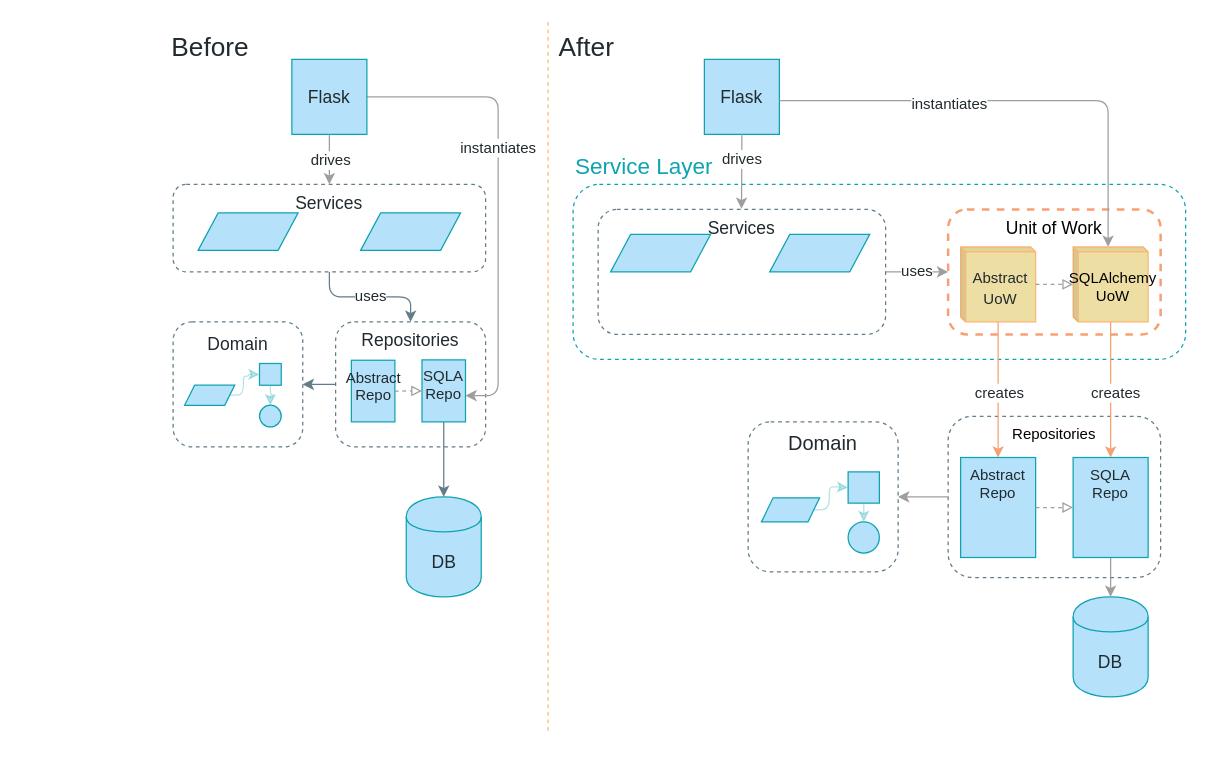
Above: page "Chapter 5" (4 of 10) of maps.drawio in cosmicpython/book (draw.io), before the change. Source tidied: cells renumbered, new cells numbered last; positions are measured from the earlier drawing's top-left corner, leaving out a move shared by most shapes. Both pictures are drawn from the tidied source at 125%, with x=0, y=0 at pixel (171, 21).
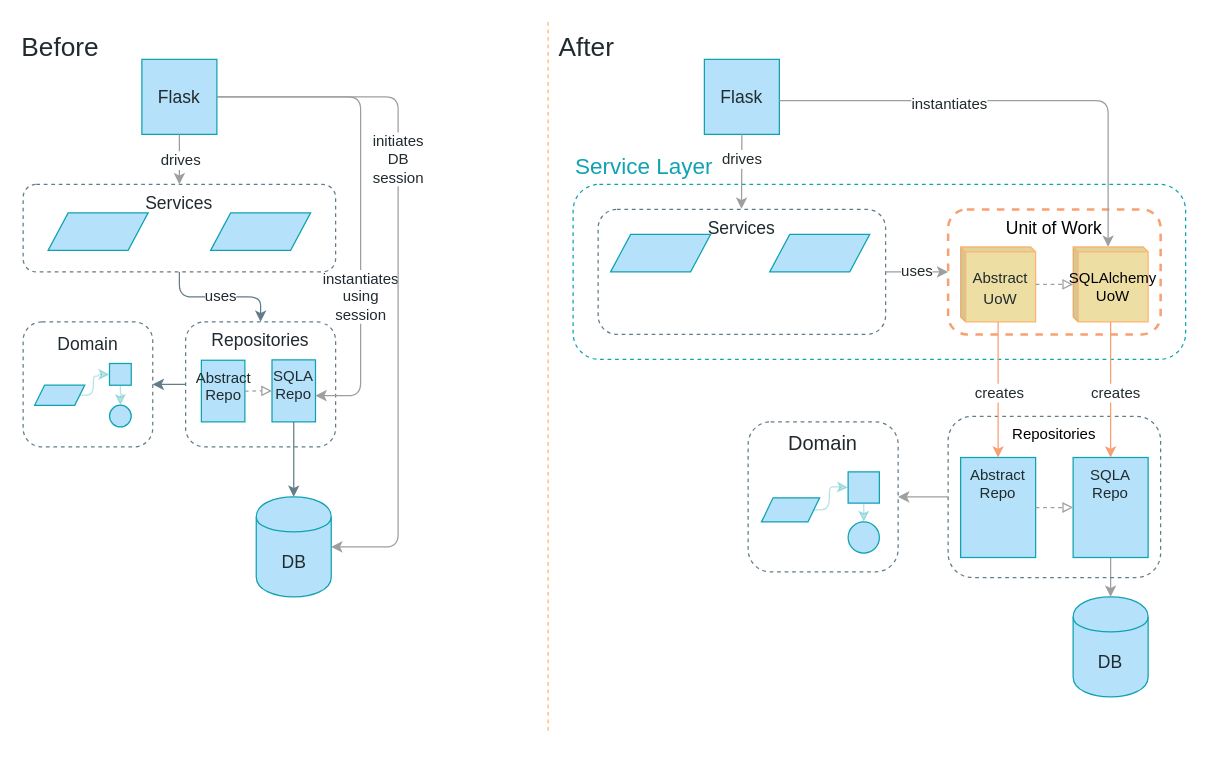
The same diagram, later.

The change refers to these unchanged cells:
```xml
<mxCell id="6" value="&lt;font style=&quot;font-size: 14px&quot; color=&quot;#212A2E&quot;&gt;Repositories&lt;/font&gt;" style="whiteSpace=wrap;html=1;strokeColor=#637C89;fillColor=none;gradientColor=none;fontFamily=Guardian Sans Cond Light;fontSize=12;fontColor=#000000;verticalAlign=top;rounded=1;dashed=1;" parent="5" vertex="1">
  <mxGeometry width="120" height="100" as="geometry" />
</mxCell>
<mxCell id="8" value="SQLA Repo" style="whiteSpace=wrap;html=1;strokeColor=#0FA3B1;fillColor=#B5E2FA;gradientColor=none;fontFamily=Guardian Sans Cond Light;fontSize=12;fontColor=#212A2E;verticalAlign=top;" parent="5" vertex="1">
  <mxGeometry x="69.1" y="30.4" width="34.8" height="49.6" as="geometry" />
</mxCell>
<mxCell id="18" value="&lt;font style=&quot;font-size: 14px&quot;&gt;Domain&lt;br&gt;&lt;/font&gt;" style="rounded=1;whiteSpace=wrap;html=1;fontFamily=Guardian Sans Cond Light;verticalAlign=top;fontSize=18;fontColor=#212A2E;fillColor=none;strokeColor=#637C89;dashed=1;" parent="17" vertex="1">
  <mxGeometry width="103.7" height="100" as="geometry" />
</mxCell>
```

The edit, as a diff of the source:
```diff
@@
     <mxCell id="2" value="DB" style="shape=cylinder;whiteSpace=wrap;html=1;boundedLbl=1;backgroundOutline=1;strokeColor=#0FA3B1;fillColor=#B5E2FA;fontSize=14;fontColor=#212A2E;gradientColor=none;fontFamily=Guardian Sans Cond Light;" parent="1" vertex="1">
-      <mxGeometry x="187.5" y="380" width="60" height="80" as="geometry" />
+      <mxGeometry x="67.5" y="380" width="60" height="80" as="geometry" />
     </mxCell>
@@
     <mxCell id="4" style="group;fontFamily=Guardian Sans Cond Light;" parent="1" vertex="1">
-      <mxGeometry x="131" y="240" width="120" height="100" as="geometry" />
+      <mxGeometry x="11" y="240" width="120" height="100" as="geometry" />
     </mxCell>
@@
-    <mxCell id="10" value="instantiates" style="edgeStyle=orthogonalEdgeStyle;jettySize=auto;html=1;strokeColor=#9E9E9E;fillColor=#B5E2FA;fontFamily=Guardian Sans Cond Light;fontSize=12;fontColor=#212A2E;" parent="1" edge="1" source="11" target="8">
-      <mxGeometry x="-0.43" y="-41" relative="1" as="geometry">
+    <mxCell id="10" value="instantiates&lt;br&gt;&lt;div&gt;using&lt;/div&gt;&lt;div&gt;session&lt;br&gt;&lt;/div&gt;" style="edgeStyle=orthogonalEdgeStyle;jettySize=auto;html=1;strokeColor=#9E9E9E;fillColor=#B5E2FA;fontFamily=Guardian Sans Cond Light;fontSize=12;fontColor=#212A2E;" parent="1" edge="1" source="11" target="8">
+      <mxGeometry x="0.41" relative="1" as="geometry">
         <Array as="points">
-          <mxPoint x="261" y="60" />
-          <mxPoint x="261" y="299" />
+          <mxPoint x="151" y="60" />
+          <mxPoint x="151" y="299" />
         </Array>
-        <mxPoint x="41" y="41" as="offset" />
       </mxGeometry>
     </mxCell>
     <mxCell id="11" value="Flask" style="whiteSpace=wrap;html=1;strokeColor=#0FA3B1;fillColor=#B5E2FA;gradientColor=none;fontFamily=Guardian Sans Cond Light;fontSize=14;fontColor=#212A2E;" parent="1" vertex="1">
-      <mxGeometry x="96" y="30" width="60" height="60" as="geometry" />
+      <mxGeometry x="-24" y="30" width="60" height="60" as="geometry" />
     </mxCell>
@@
     <mxCell id="15" style="edgeStyle=orthogonalEdgeStyle;jettySize=auto;html=1;strokeColor=#637C89;fillColor=#B5E2FA;fontFamily=Guardian Sans Cond Light;fontSize=12;fontColor=#212A2E;" parent="1" edge="1" source="6" target="18">
       <mxGeometry relative="1" as="geometry">
         <Array as="points">
-          <mxPoint x="121" y="290" />
-          <mxPoint x="121" y="290" />
+          <mxPoint x="1" y="290" />
+          <mxPoint x="1" y="290" />
         </Array>
       </mxGeometry>
     </mxCell>
     <mxCell id="16" style="group;" parent="1" vertex="1">
-      <mxGeometry x="1" y="240" width="103.7" height="100" as="geometry" />
+      <mxGeometry x="-119" y="240" width="103.7" height="100" as="geometry" />
     </mxCell>
@@
     <mxCell id="55" value="Services" style="rounded=1;whiteSpace=wrap;html=1;fontFamily=Guardian Sans Cond Light;verticalAlign=top;fontSize=14;fontColor=#212A2E;fillColor=none;strokeColor=#637C89;fontStyle=0;dashed=1;" parent="1" vertex="1">
-      <mxGeometry x="1" y="130" width="250" height="70" as="geometry" />
+      <mxGeometry x="-119" y="130" width="250" height="70" as="geometry" />
     </mxCell>
     <mxCell id="56" style="shape=parallelogram;perimeter=parallelogramPerimeter;whiteSpace=wrap;html=1;fontFamily=Guardian Sans Cond Light;fontSize=14;fontColor=#212A2E;align=center;strokeColor=#0FA3B1;fillColor=#B5E2FA;" parent="1" vertex="1">
-      <mxGeometry x="21" y="152.8" width="80" height="30" as="geometry" />
+      <mxGeometry x="-99" y="152.8" width="80" height="30" as="geometry" />
     </mxCell>
     <mxCell id="57" style="shape=parallelogram;perimeter=parallelogramPerimeter;whiteSpace=wrap;html=1;fontFamily=Guardian Sans Cond Light;fontSize=14;fontColor=#212A2E;align=center;strokeColor=#0FA3B1;fillColor=#B5E2FA;" parent="1" vertex="1">
-      <mxGeometry x="151" y="152.8" width="80" height="30" as="geometry" />
+      <mxGeometry x="31" y="152.8" width="80" height="30" as="geometry" />
     </mxCell>
     <mxCell id="58" value="Before" style="text;html=1;strokeColor=none;fillColor=none;align=center;verticalAlign=middle;whiteSpace=wrap;rounded=0;fontFamily=Guardian Sans Cond Light;fontSize=21;fontColor=#212A2E;" parent="1" vertex="1">
-      <mxGeometry y="10" width="62" height="20" as="geometry" />
+      <mxGeometry x="-120" y="10" width="62" height="20" as="geometry" />
     </mxCell>
@@
+    <mxCell id="62" value="initiates&lt;br&gt;&lt;div&gt;DB&lt;/div&gt;&lt;div&gt;session&lt;br&gt;&lt;/div&gt;" style="edgeStyle=orthogonalEdgeStyle;jettySize=auto;html=1;strokeColor=#9E9E9E;fillColor=#B5E2FA;fontFamily=Guardian Sans Cond Light;fontSize=12;fontColor=#212A2E;exitX=1;exitY=0.5;exitDx=0;exitDy=0;entryX=1;entryY=0.5;entryDx=0;entryDy=0;" parent="1" edge="1" source="11" target="2">
+      <mxGeometry x="-0.48" y="-50" relative="1" as="geometry">
+        <Array as="points">
+          <mxPoint x="181" y="60" />
+          <mxPoint x="181" y="420" />
+        </Array>
+        <mxPoint x="50" y="50" as="offset" />
+      </mxGeometry>
+    </mxCell>
```
